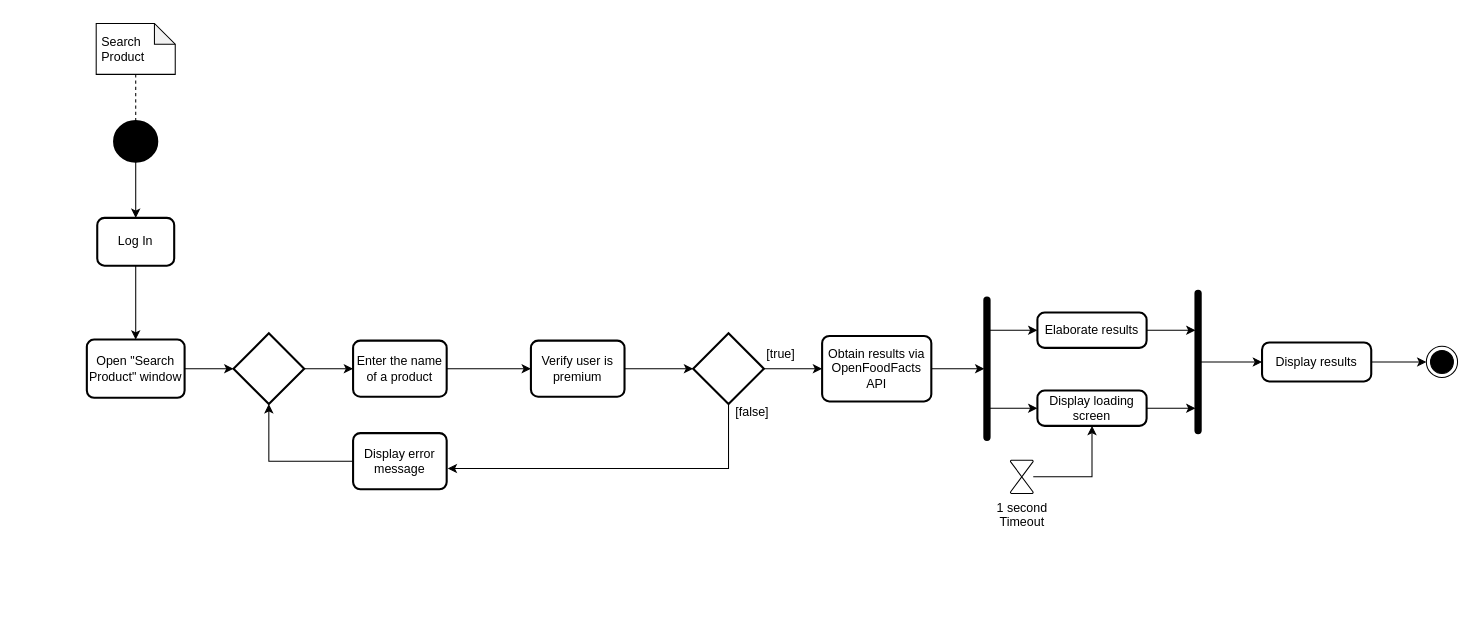
Before: docx&pdf/Activity Diagrams/ActivityDiagram_SearchProduct.drawio in FredHats99/HealthyCart, a draw.io diagram. Source tidied: cells renumbered, new cells numbered last; positions are measured from the earlier drawing's top-left corner, leaving out a move shared by most shapes. Both pictures are drawn from the tidied source at 104%, with x=0, y=0 at pixel (86, 23).
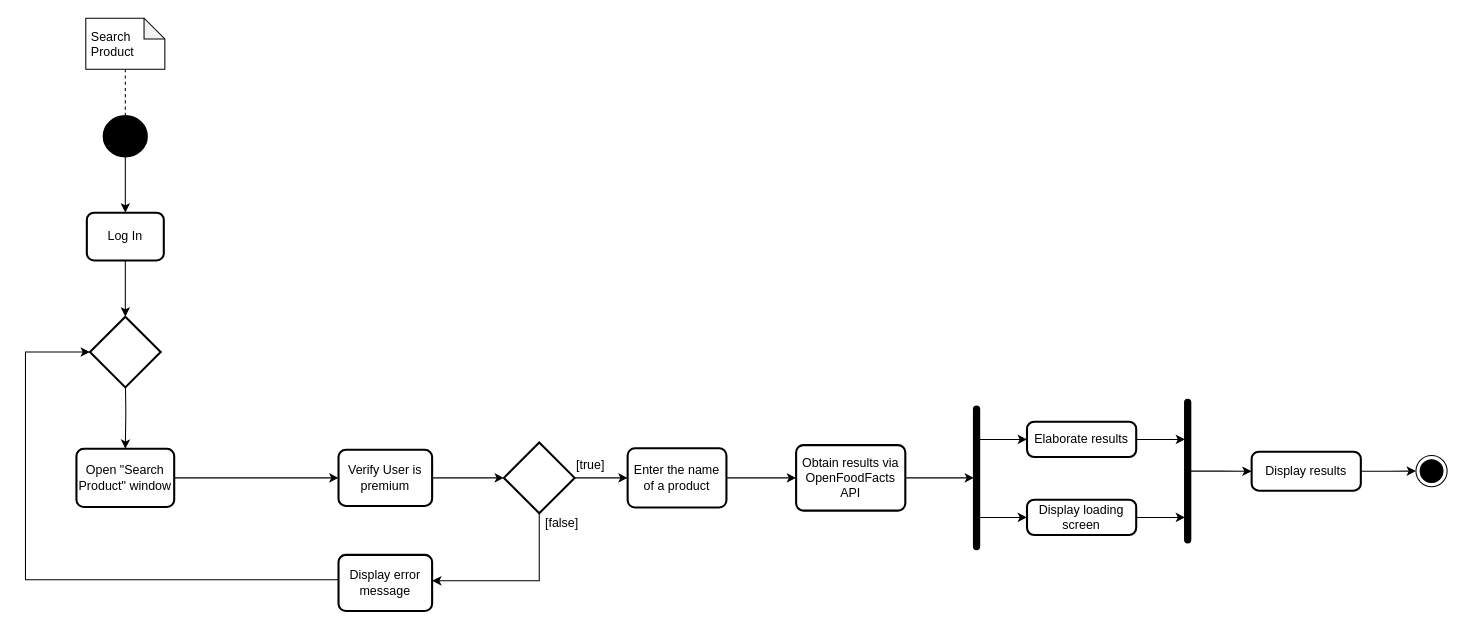
Above is the later version.

The edit, as a diff of the source:
```diff
@@
     <mxCell id="3" value="&amp;nbsp;Search&lt;br&gt;&amp;nbsp;Product" style="shape=note;whiteSpace=wrap;html=1;backgroundOutline=1;darkOpacity=0.05;size=20;align=left;" parent="1" vertex="1">
-      <mxGeometry x="9" width="76" height="49" as="geometry" />
+      <mxGeometry x="-1" y="-5" width="76" height="49" as="geometry" />
     </mxCell>
@@
     <mxCell id="5" style="strokeWidth=2;html=1;shape=mxgraph.flowchart.start_2;whiteSpace=wrap;fillColor=#000000;" parent="1" vertex="1">
-      <mxGeometry x="26.2" y="94" width="41.5" height="39" as="geometry" />
+      <mxGeometry x="16.2" y="89" width="41.5" height="39" as="geometry" />
     </mxCell>
-    <mxCell id="6" style="edgeStyle=orthogonalEdgeStyle;rounded=0;jettySize=auto;html=1;endArrow=classic;endFill=1;" parent="1" edge="1" source="7" target="12">
-      <mxGeometry relative="1" as="geometry" />
+    <mxCell id="6" style="edgeStyle=orthogonalEdgeStyle;rounded=0;jettySize=auto;html=1;endArrow=classic;endFill=1;" parent="1" edge="1" target="12">
+      <mxGeometry relative="1" as="geometry">
+        <mxPoint x="37" y="338" as="sourcePoint" />
+      </mxGeometry>
     </mxCell>
+    <mxCell id="39" style="edgeStyle=orthogonalEdgeStyle;rounded=0;jettySize=auto;html=1;" parent="1" edge="1" source="7" target="19">
+      <mxGeometry relative="1" as="geometry" />
+    </mxCell>
     <mxCell id="7" value="Log In" style="rounded=1;whiteSpace=wrap;html=1;absoluteArcSize=1;arcSize=14;strokeWidth=2;fillColor=#FFFFFF;" parent="1" vertex="1">
-      <mxGeometry x="10" y="187" width="74" height="46" as="geometry" />
+      <mxGeometry y="182" width="74" height="46" as="geometry" />
     </mxCell>
-    <mxCell id="8" style="edgeStyle=orthogonalEdgeStyle;rounded=0;jettySize=auto;html=1;entryX=1.011;entryY=0.63;entryDx=0;entryDy=0;entryPerimeter=0;endArrow=classic;endFill=1;" parent="1" edge="1" source="10" target="17">
+    <mxCell id="8" style="edgeStyle=orthogonalEdgeStyle;rounded=0;jettySize=auto;html=1;endArrow=classic;endFill=1;" parent="1" edge="1" source="10" target="17">
       <mxGeometry relative="1" as="geometry">
         <Array as="points">
-          <mxPoint x="617" y="428" />
+          <mxPoint x="435" y="536" />
         </Array>
       </mxGeometry>
     </mxCell>
-    <mxCell id="9" style="edgeStyle=orthogonalEdgeStyle;rounded=0;jettySize=auto;html=1;entryX=0;entryY=0.5;entryDx=0;entryDy=0;endArrow=classic;endFill=1;" parent="1" edge="1" source="10" target="21">
+    <mxCell id="9" style="edgeStyle=orthogonalEdgeStyle;rounded=0;jettySize=auto;html=1;endArrow=classic;endFill=1;" parent="1" edge="1" source="10" target="24">
       <mxGeometry relative="1" as="geometry" />
     </mxCell>
     <mxCell id="10" style="strokeWidth=2;html=1;shape=mxgraph.flowchart.decision;whiteSpace=wrap;fillColor=#FFFFFF;" parent="1" vertex="1">
-      <mxGeometry x="583" y="298" width="68" height="68" as="geometry" />
+      <mxGeometry x="401" y="403" width="68" height="68" as="geometry" />
     </mxCell>
-    <mxCell id="11" style="edgeStyle=orthogonalEdgeStyle;rounded=0;jettySize=auto;html=1;entryX=0;entryY=0.5;entryDx=0;entryDy=0;entryPerimeter=0;endArrow=classic;endFill=1;" parent="1" edge="1" source="12" target="19">
-      <mxGeometry relative="1" as="geometry" />
-    </mxCell>
     <mxCell id="12" value="Open &quot;Search Product&quot; window" style="rounded=1;whiteSpace=wrap;html=1;absoluteArcSize=1;arcSize=14;strokeWidth=2;fillColor=#FFFFFF;" parent="1" vertex="1">
-      <mxGeometry y="304" width="94" height="56" as="geometry" />
+      <mxGeometry x="-10" y="409" width="94" height="56" as="geometry" />
     </mxCell>
-    <mxCell id="13" style="edgeStyle=orthogonalEdgeStyle;rounded=0;jettySize=auto;html=1;endArrow=classic;endFill=1;" parent="1" edge="1" source="14" target="24">
-      <mxGeometry relative="1" as="geometry" />
-    </mxCell>
-    <mxCell id="14" value="Enter the name of a product" style="rounded=1;whiteSpace=wrap;html=1;absoluteArcSize=1;arcSize=14;strokeWidth=2;fillColor=#FFFFFF;" parent="1" vertex="1">
-      <mxGeometry x="256" y="305" width="90" height="54" as="geometry" />
+    <mxCell id="14" value="Verify User is premium" style="rounded=1;whiteSpace=wrap;html=1;absoluteArcSize=1;arcSize=14;strokeWidth=2;fillColor=#FFFFFF;" parent="1" vertex="1">
+      <mxGeometry x="242" y="410" width="90" height="54" as="geometry" />
     </mxCell>
     <mxCell id="15" value="[false]" style="text;html=1;strokeColor=none;fillColor=none;align=center;verticalAlign=middle;whiteSpace=wrap;rounded=0;" parent="1" vertex="1">
-      <mxGeometry x="615" y="360" width="50" height="27" as="geometry" />
+      <mxGeometry x="432" y="467.5" width="50" height="27" as="geometry" />
     </mxCell>
     <mxCell id="16" style="edgeStyle=orthogonalEdgeStyle;rounded=0;jettySize=auto;html=1;endArrow=classic;endFill=1;" parent="1" edge="1" source="17" target="19">
-      <mxGeometry relative="1" as="geometry" />
+      <mxGeometry relative="1" as="geometry">
+        <Array as="points">
+          <mxPoint x="-59" y="535" />
+          <mxPoint x="-59" y="316" />
+        </Array>
+      </mxGeometry>
     </mxCell>
     <mxCell id="17" value="Display error message" style="rounded=1;whiteSpace=wrap;html=1;absoluteArcSize=1;arcSize=14;strokeWidth=2;fillColor=#FFFFFF;" parent="1" vertex="1">
-      <mxGeometry x="256" y="394" width="90" height="54" as="geometry" />
+      <mxGeometry x="242" y="511" width="90" height="54" as="geometry" />
     </mxCell>
-    <mxCell id="18" style="edgeStyle=orthogonalEdgeStyle;rounded=0;jettySize=auto;html=1;entryX=0;entryY=0.5;entryDx=0;entryDy=0;endArrow=classic;endFill=1;" parent="1" edge="1" source="19" target="14">
+    <mxCell id="18" style="edgeStyle=orthogonalEdgeStyle;rounded=0;jettySize=auto;html=1;entryX=0;entryY=0.5;entryDx=0;entryDy=0;endArrow=classic;endFill=1;" parent="1" edge="1" source="12" target="14">
       <mxGeometry relative="1" as="geometry" />
     </mxCell>
     <mxCell id="19" style="strokeWidth=2;html=1;shape=mxgraph.flowchart.decision;whiteSpace=wrap;fillColor=#FFFFFF;" parent="1" vertex="1">
-      <mxGeometry x="141" y="298" width="68" height="68" as="geometry" />
+      <mxGeometry x="3" y="282" width="68" height="68" as="geometry" />
     </mxCell>
@@
     <mxCell id="21" value="Obtain results via OpenFoodFacts API" style="rounded=1;whiteSpace=wrap;html=1;absoluteArcSize=1;arcSize=14;strokeWidth=2;fillColor=#FFFFFF;" parent="1" vertex="1">
-      <mxGeometry x="707" y="300.5" width="105" height="63" as="geometry" />
+      <mxGeometry x="682" y="405.5" width="105" height="63" as="geometry" />
     </mxCell>
     <mxCell id="22" value="[true]" style="text;html=1;strokeColor=none;fillColor=none;align=center;verticalAlign=middle;whiteSpace=wrap;rounded=0;" parent="1" vertex="1">
-      <mxGeometry x="645" y="305" width="45" height="25" as="geometry" />
+      <mxGeometry x="462" y="412.5" width="45" height="25" as="geometry" />
     </mxCell>
-    <mxCell id="23" style="edgeStyle=orthogonalEdgeStyle;rounded=0;jettySize=auto;html=1;entryX=0;entryY=0.5;entryDx=0;entryDy=0;entryPerimeter=0;endArrow=classic;endFill=1;" parent="1" edge="1" source="24" target="10">
+    <mxCell id="23" style="edgeStyle=orthogonalEdgeStyle;rounded=0;jettySize=auto;html=1;entryX=0;entryY=0.5;entryDx=0;entryDy=0;entryPerimeter=0;endArrow=classic;endFill=1;" parent="1" edge="1" source="14" target="10">
       <mxGeometry relative="1" as="geometry" />
     </mxCell>
+    <mxCell id="40" style="edgeStyle=orthogonalEdgeStyle;rounded=0;jettySize=auto;html=1;" parent="1" edge="1" source="24" target="21">
+      <mxGeometry relative="1" as="geometry" />
+    </mxCell>
-    <mxCell id="24" value="Verify user is premium" style="rounded=1;whiteSpace=wrap;html=1;absoluteArcSize=1;arcSize=14;strokeWidth=2;fillColor=#FFFFFF;" parent="1" vertex="1">
-      <mxGeometry x="427" y="305" width="90" height="54" as="geometry" />
+    <mxCell id="24" value="Enter the name of a product" style="rounded=1;whiteSpace=wrap;html=1;absoluteArcSize=1;arcSize=14;strokeWidth=2;fillColor=#FFFFFF;" parent="1" vertex="1">
+      <mxGeometry x="520" y="408.5" width="95" height="57" as="geometry" />
     </mxCell>
     <mxCell id="25" style="edgeStyle=orthogonalEdgeStyle;rounded=0;jettySize=auto;html=1;entryX=0;entryY=0.5;entryDx=0;entryDy=0;endArrow=classic;endFill=1;" parent="1" edge="1" source="27" target="29">
       <mxGeometry relative="1" as="geometry">
         <Array as="points">
-          <mxPoint x="892" y="295" />
-          <mxPoint x="892" y="295" />
+          <mxPoint x="882" y="400" />
+          <mxPoint x="882" y="400" />
         </Array>
       </mxGeometry>
     </mxCell>
     <mxCell id="26" style="edgeStyle=orthogonalEdgeStyle;rounded=0;jettySize=auto;html=1;endArrow=classic;endFill=1;" parent="1" edge="1" source="27" target="31">
       <mxGeometry relative="1" as="geometry">
         <Array as="points">
-          <mxPoint x="885" y="370" />
-          <mxPoint x="885" y="370" />
+          <mxPoint x="875" y="475" />
+          <mxPoint x="875" y="475" />
         </Array>
       </mxGeometry>
     </mxCell>
     <mxCell id="27" style="rounded=1;whiteSpace=wrap;html=1;absoluteArcSize=1;arcSize=14;strokeWidth=2;fillColor=#000000;" parent="1" vertex="1">
-      <mxGeometry x="863" y="263.5" width="5" height="137" as="geometry" />
+      <mxGeometry x="853" y="368.5" width="5" height="137" as="geometry" />
     </mxCell>
     <mxCell id="28" style="edgeStyle=orthogonalEdgeStyle;rounded=0;jettySize=auto;html=1;endArrow=classic;endFill=1;" parent="1" edge="1" source="29" target="33">
       <mxGeometry relative="1" as="geometry">
         <Array as="points">
-          <mxPoint x="1061" y="295" />
-          <mxPoint x="1061" y="295" />
+          <mxPoint x="1051" y="400" />
+          <mxPoint x="1051" y="400" />
         </Array>
       </mxGeometry>
     </mxCell>
     <mxCell id="29" value="Elaborate results" style="rounded=1;whiteSpace=wrap;html=1;absoluteArcSize=1;arcSize=14;strokeWidth=2;fillColor=#FFFFFF;" parent="1" vertex="1">
-      <mxGeometry x="914" y="278" width="105" height="34" as="geometry" />
+      <mxGeometry x="904" y="383" width="105" height="34" as="geometry" />
     </mxCell>
     <mxCell id="30" style="edgeStyle=orthogonalEdgeStyle;rounded=0;jettySize=auto;html=1;endArrow=classic;endFill=1;" parent="1" edge="1" source="31" target="33">
       <mxGeometry relative="1" as="geometry">
         <Array as="points">
-          <mxPoint x="1057" y="370" />
-          <mxPoint x="1057" y="370" />
+          <mxPoint x="1047" y="475" />
+          <mxPoint x="1047" y="475" />
         </Array>
       </mxGeometry>
     </mxCell>
     <mxCell id="31" value="Display loading screen" style="rounded=1;whiteSpace=wrap;html=1;absoluteArcSize=1;arcSize=14;strokeWidth=2;fillColor=#FFFFFF;" parent="1" vertex="1">
-      <mxGeometry x="914" y="353" width="105" height="34" as="geometry" />
+      <mxGeometry x="904" y="458" width="105" height="34" as="geometry" />
     </mxCell>
@@
     <mxCell id="33" style="rounded=1;whiteSpace=wrap;html=1;absoluteArcSize=1;arcSize=14;strokeWidth=2;fillColor=#000000;" parent="1" vertex="1">
-      <mxGeometry x="1066" y="257" width="5" height="137" as="geometry" />
+      <mxGeometry x="1056" y="362" width="5" height="137" as="geometry" />
     </mxCell>
@@
     <mxCell id="35" value="Display results" style="rounded=1;whiteSpace=wrap;html=1;absoluteArcSize=1;arcSize=14;strokeWidth=2;fillColor=#FFFFFF;" parent="1" vertex="1">
-      <mxGeometry x="1130" y="306.8" width="105" height="37.5" as="geometry" />
+      <mxGeometry x="1120" y="411.8" width="105" height="37.5" as="geometry" />
     </mxCell>
-    <mxCell id="36" style="edgeStyle=orthogonalEdgeStyle;rounded=0;jettySize=auto;html=1;endArrow=classic;endFill=1;" parent="1" edge="1" source="37" target="31">
-      <mxGeometry relative="1" as="geometry" />
-    </mxCell>
-    <mxCell id="37" value="1 second &lt;br&gt;Timeout" style="verticalLabelPosition=bottom;verticalAlign=top;html=1;shape=mxgraph.flowchart.collate;fillColor=#FFFFFF;" parent="1" vertex="1">
-      <mxGeometry x="888" y="420" width="22" height="32" as="geometry" />
-    </mxCell>
     <mxCell id="38" style="ellipse;html=1;shape=endState;fillColor=#000000;strokeColor=#000000;" parent="1" vertex="1">
-      <mxGeometry x="1288" y="310.5" width="30" height="30" as="geometry" />
+      <mxGeometry x="1278" y="415.5" width="30" height="30" as="geometry" />
     </mxCell>
```
